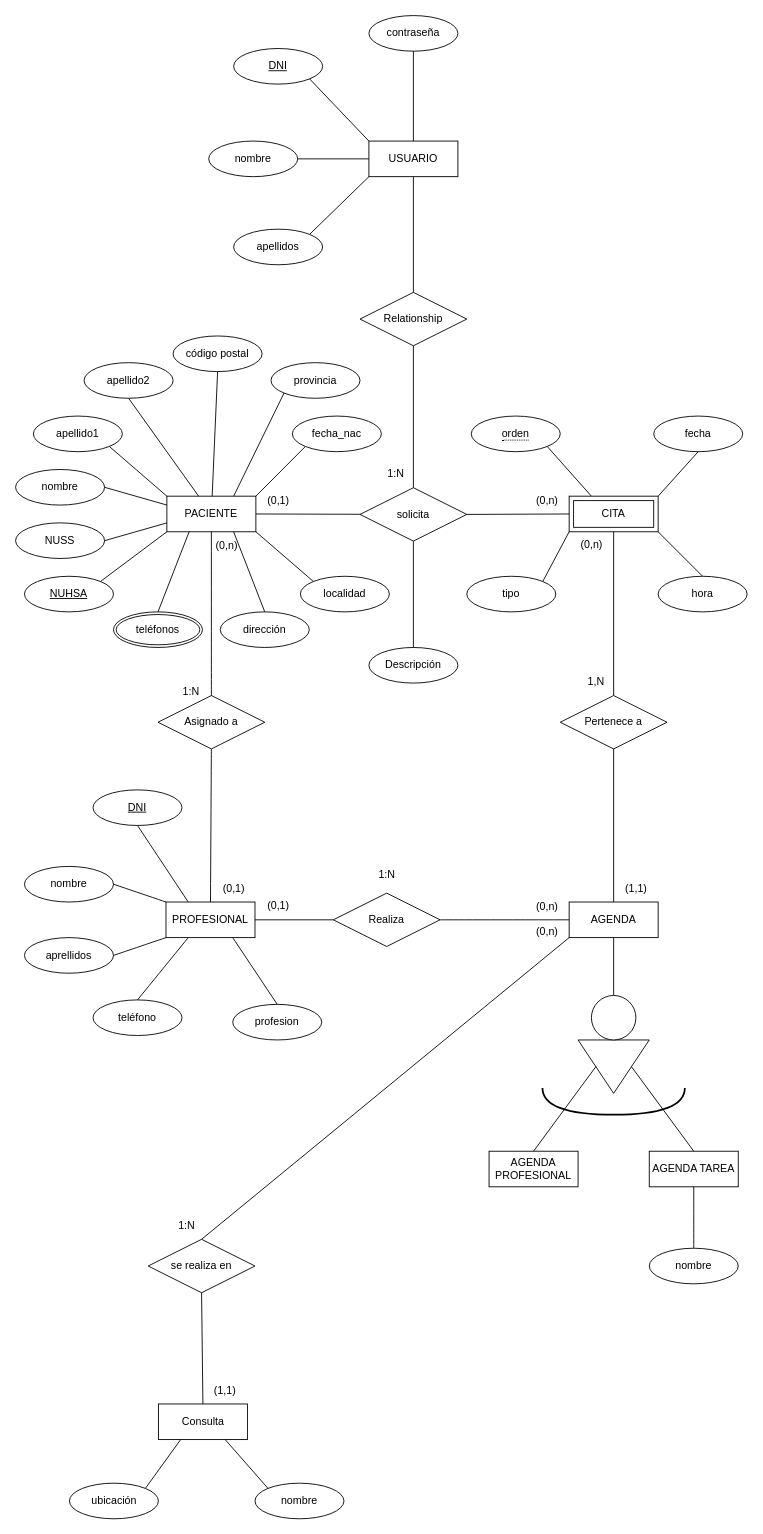
Before: CitasAP_ER2.drawio in mariopr25/CitasAP-ER, a draw.io diagram. Source tidied: cells renumbered, new cells numbered last; positions are measured from the earlier drawing's top-left corner, leaving out a move shared by most shapes. Both pictures are drawn from the tidied source at 89%, with x=0, y=0 at pixel (15, 15).
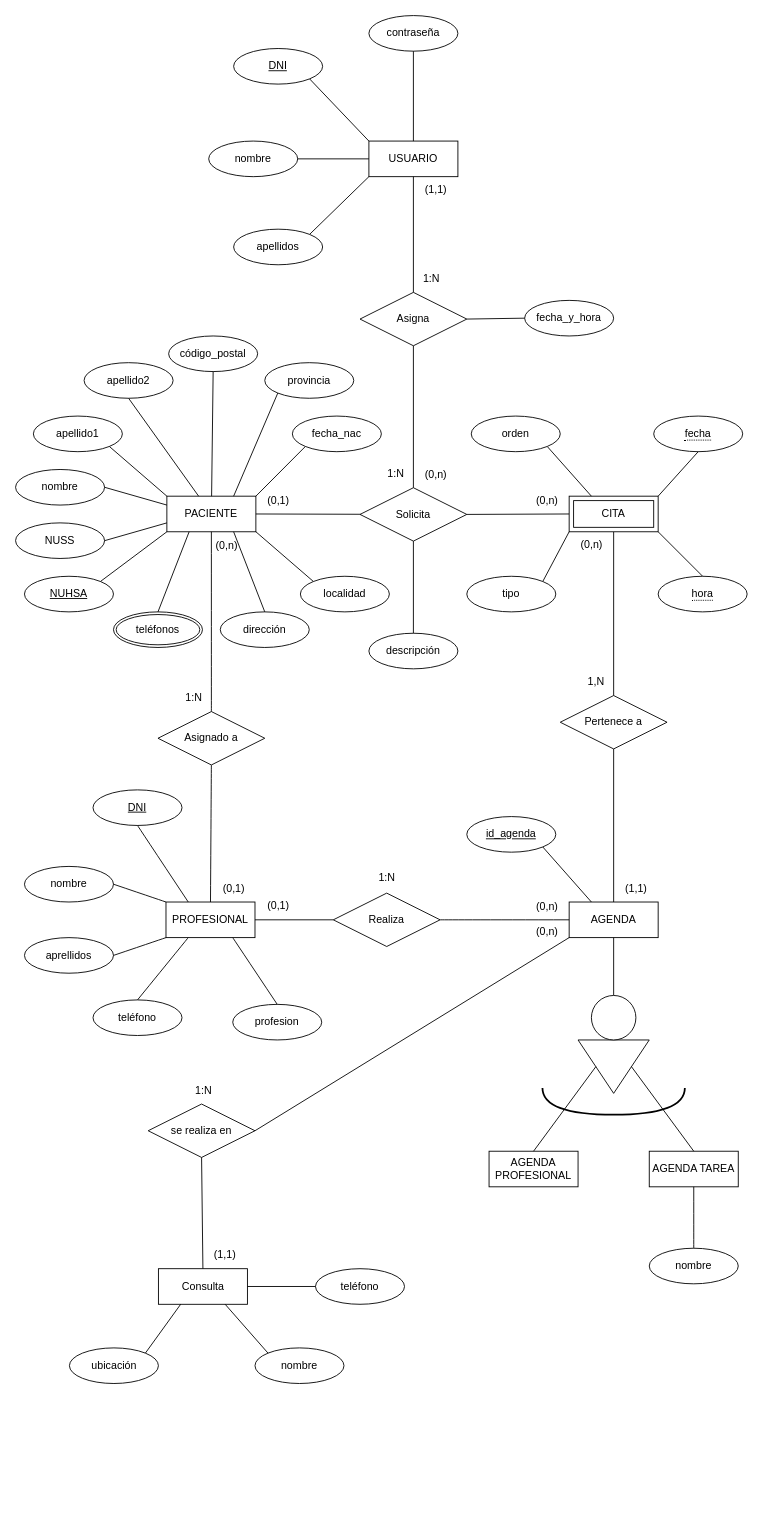
The same page after the edit.

Commit message:
Corregidos errores y añadido algún atributo faltante

Unchanged cells that the change refers to:
```xml
<mxCell id="37" value="&lt;div&gt;AGENDA&lt;/div&gt;" style="whiteSpace=wrap;html=1;align=center;" parent="1" vertex="1">
  <mxGeometry x="622" y="996" width="100" height="40" as="geometry" />
</mxCell>
```

Change to the diagram source:
```diff
@@
-    <mxCell id="3" value="&lt;div&gt;solicita&lt;/div&gt;" style="shape=rhombus;perimeter=rhombusPerimeter;whiteSpace=wrap;html=1;align=center;" parent="1" vertex="1">
+    <mxCell id="3" value="&lt;div&gt;Solicita&lt;/div&gt;" style="shape=rhombus;perimeter=rhombusPerimeter;whiteSpace=wrap;html=1;align=center;" parent="1" vertex="1">
       <mxGeometry x="387" y="530.5" width="120" height="60" as="geometry" />
     </mxCell>
@@
-    <mxCell id="6" value="&lt;div&gt;Descripción&lt;/div&gt;" style="ellipse;whiteSpace=wrap;html=1;align=center;" parent="1" vertex="1">
-      <mxGeometry x="397" y="710" width="100" height="40" as="geometry" />
+    <mxCell id="6" value="&lt;div&gt;descripción&lt;/div&gt;" style="ellipse;whiteSpace=wrap;html=1;align=center;" parent="1" vertex="1">
+      <mxGeometry x="397" y="694" width="100" height="40" as="geometry" />
     </mxCell>
@@
-    <mxCell id="27" value="código postal" style="ellipse;whiteSpace=wrap;html=1;align=center;" parent="1" vertex="1">
-      <mxGeometry x="177" y="360" width="100" height="40" as="geometry" />
+    <mxCell id="27" value="código_postal" style="ellipse;whiteSpace=wrap;html=1;align=center;" parent="1" vertex="1">
+      <mxGeometry x="172" y="360" width="100" height="40" as="geometry" />
     </mxCell>
@@
     <mxCell id="29" value="provincia" style="ellipse;whiteSpace=wrap;html=1;align=center;" parent="1" vertex="1">
-      <mxGeometry x="287" y="390" width="100" height="40" as="geometry" />
+      <mxGeometry x="280" y="390" width="100" height="40" as="geometry" />
     </mxCell>
@@
-    <mxCell id="35" value="hora" style="ellipse;whiteSpace=wrap;html=1;align=center;" parent="1" vertex="1">
+    <mxCell id="35" value="&lt;span style=&quot;border-bottom: 1px dotted&quot;&gt;hora&lt;/span&gt;" style="ellipse;whiteSpace=wrap;html=1;align=center;" parent="1" vertex="1">
       <mxGeometry x="722" y="630" width="100" height="40" as="geometry" />
     </mxCell>
@@
-    <mxCell id="39" value="fecha" style="ellipse;whiteSpace=wrap;html=1;align=center;" parent="1" vertex="1">
+    <mxCell id="39" value="&lt;span style=&quot;border-bottom: 1px dotted&quot;&gt;fecha&lt;/span&gt;" style="ellipse;whiteSpace=wrap;html=1;align=center;" parent="1" vertex="1">
       <mxGeometry x="717" y="450" width="100" height="40" as="geometry" />
     </mxCell>
@@
-    <mxCell id="45" value="&lt;span style=&quot;border-bottom: 1px dotted&quot;&gt;orden&lt;/span&gt;" style="ellipse;whiteSpace=wrap;html=1;align=center;" parent="1" vertex="1">
+    <mxCell id="45" value="orden" style="ellipse;whiteSpace=wrap;html=1;align=center;" parent="1" vertex="1">
       <mxGeometry x="512" y="450" width="100" height="40" as="geometry" />
     </mxCell>
@@
     <mxCell id="68" value="Asignado a" style="shape=rhombus;perimeter=rhombusPerimeter;whiteSpace=wrap;html=1;align=center;" parent="1" vertex="1">
-      <mxGeometry x="160" y="764" width="120" height="60" as="geometry" />
+      <mxGeometry x="160" y="782" width="120" height="60" as="geometry" />
     </mxCell>
@@
     <mxCell id="75" value="1:N" style="text;html=1;align=center;verticalAlign=middle;strokeColor=none;fillColor=none;" parent="1" vertex="1">
-      <mxGeometry x="177" y="745" width="40" height="30" as="geometry" />
+      <mxGeometry x="180" y="752" width="40" height="30" as="geometry" />
     </mxCell>
@@
     <mxCell id="78" value="1:N" style="text;html=1;align=center;verticalAlign=middle;strokeColor=none;fillColor=none;" parent="1" vertex="1">
-      <mxGeometry x="397" y="950" width="40" height="30" as="geometry" />
+      <mxGeometry x="397" y="954" width="40" height="30" as="geometry" />
     </mxCell>
@@
     <mxCell id="80" value="&lt;div&gt;Consulta&lt;/div&gt;" style="whiteSpace=wrap;html=1;align=center;direction=west;" parent="1" vertex="1">
-      <mxGeometry x="160.5" y="1560" width="100" height="40" as="geometry" />
+      <mxGeometry x="160.5" y="1408" width="100" height="40" as="geometry" />
     </mxCell>
     <mxCell id="81" value="&lt;div&gt;nombre&lt;/div&gt;" style="ellipse;whiteSpace=wrap;html=1;align=center;direction=west;" parent="1" vertex="1">
-      <mxGeometry x="269" y="1649" width="100" height="40" as="geometry" />
+      <mxGeometry x="269" y="1497" width="100" height="40" as="geometry" />
     </mxCell>
     <mxCell id="82" value="ubicación" style="ellipse;whiteSpace=wrap;html=1;align=center;direction=west;" parent="1" vertex="1">
-      <mxGeometry x="60.5" y="1649" width="100" height="40" as="geometry" />
+      <mxGeometry x="60.5" y="1497" width="100" height="40" as="geometry" />
     </mxCell>
@@
     <mxCell id="85" value="se realiza en" style="shape=rhombus;perimeter=rhombusPerimeter;whiteSpace=wrap;html=1;align=center;direction=west;" parent="1" vertex="1">
-      <mxGeometry x="149" y="1375" width="120" height="60" as="geometry" />
+      <mxGeometry x="149" y="1223" width="120" height="60" as="geometry" />
     </mxCell>
-    <mxCell id="86" style="endArrow=none;html=1;rounded=0;exitX=0;exitY=1;exitDx=0;exitDy=0;entryX=0.5;entryY=1;entryDx=0;entryDy=0;" parent="1" edge="1" source="37" target="85">
+    <mxCell id="86" style="endArrow=none;html=1;rounded=0;exitX=0;exitY=1;exitDx=0;exitDy=0;entryX=0;entryY=0.5;entryDx=0;entryDy=0;" parent="1" edge="1" source="37" target="85">
       <mxGeometry relative="1" as="geometry" />
     </mxCell>
@@
     <mxCell id="89" value="(1,1)" style="text;html=1;align=center;verticalAlign=middle;strokeColor=none;fillColor=none;" parent="1" vertex="1">
-      <mxGeometry x="210" y="1530" width="50" height="30" as="geometry" />
+      <mxGeometry x="210" y="1378" width="50" height="30" as="geometry" />
     </mxCell>
     <mxCell id="90" value="1:N" style="text;html=1;align=center;verticalAlign=middle;strokeColor=none;fillColor=none;" parent="1" vertex="1">
-      <mxGeometry x="172" y="1345" width="40" height="30" as="geometry" />
+      <mxGeometry x="190.5" y="1193" width="40" height="30" as="geometry" />
     </mxCell>
-    <mxCell id="91" value="Relationship" style="shape=rhombus;perimeter=rhombusPerimeter;whiteSpace=wrap;html=1;align=center;" parent="1" vertex="1">
+    <mxCell id="91" value="Asigna" style="shape=rhombus;perimeter=rhombusPerimeter;whiteSpace=wrap;html=1;align=center;" parent="1" vertex="1">
       <mxGeometry x="387" y="311" width="120" height="60" as="geometry" />
     </mxCell>
@@
+    <mxCell id="105" value="&lt;u&gt;id_agenda&lt;/u&gt;" style="ellipse;whiteSpace=wrap;html=1;align=center;" parent="1" vertex="1">
+      <mxGeometry x="507" y="900" width="100" height="40" as="geometry" />
+    </mxCell>
+    <mxCell id="106" style="endArrow=none;html=1;rounded=0;exitX=1;exitY=1;exitDx=0;exitDy=0;entryX=0.25;entryY=0;entryDx=0;entryDy=0;" parent="1" edge="1" source="105" target="37">
+      <mxGeometry relative="1" as="geometry" />
+    </mxCell>
+    <mxCell id="107" value="fecha_y_hora" style="ellipse;whiteSpace=wrap;html=1;align=center;" parent="1" vertex="1">
+      <mxGeometry x="572" y="320" width="100" height="40" as="geometry" />
+    </mxCell>
+    <mxCell id="108" style="endArrow=none;html=1;rounded=0;entryX=0;entryY=0.5;entryDx=0;entryDy=0;exitX=1;exitY=0.5;exitDx=0;exitDy=0;" parent="1" edge="1" source="91" target="107">
+      <mxGeometry relative="1" as="geometry" />
+    </mxCell>
+    <mxCell id="109" value="(1,1)" style="text;html=1;align=center;verticalAlign=middle;strokeColor=none;fillColor=none;" parent="1" vertex="1">
+      <mxGeometry x="447" y="181" width="50" height="30" as="geometry" />
+    </mxCell>
+    <mxCell id="110" value="(0,n)" style="text;html=1;align=center;verticalAlign=middle;strokeColor=none;fillColor=none;" parent="1" vertex="1">
+      <mxGeometry x="447" y="500.5" width="50" height="30" as="geometry" />
+    </mxCell>
+    <mxCell id="111" value="1:N" style="text;html=1;align=center;verticalAlign=middle;strokeColor=none;fillColor=none;" parent="1" vertex="1">
+      <mxGeometry x="447" y="281" width="40" height="30" as="geometry" />
+    </mxCell>
+    <mxCell id="112" value="teléfono" style="ellipse;whiteSpace=wrap;html=1;align=center;" parent="1" vertex="1">
+      <mxGeometry x="337" y="1408" width="100" height="40" as="geometry" />
+    </mxCell>
+    <mxCell id="113" style="endArrow=none;html=1;rounded=0;entryX=0;entryY=0.5;entryDx=0;entryDy=0;exitX=0;exitY=0.5;exitDx=0;exitDy=0;" parent="1" edge="1" source="112" target="80">
+      <mxGeometry relative="1" as="geometry" />
+    </mxCell>
```
